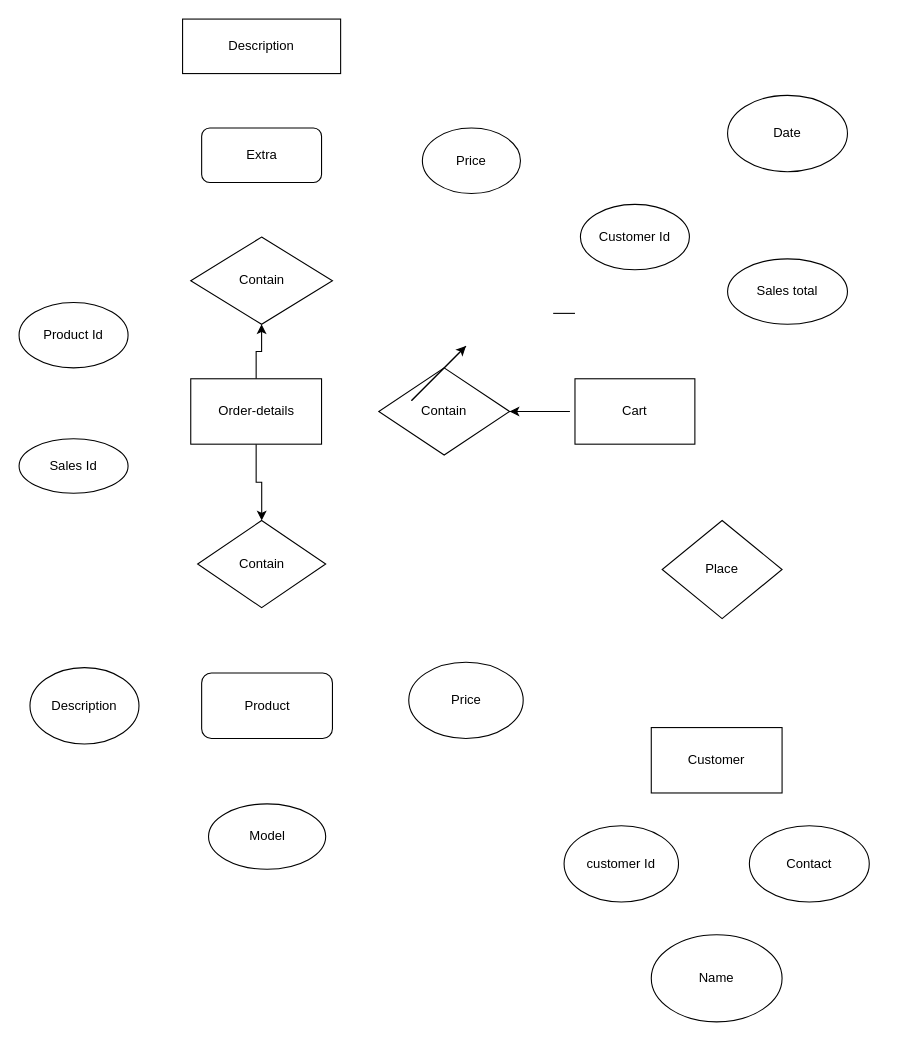
MWESA/MWESA keeps this draw.io diagram as Untitled Diagram.drawio. Above is the earlier version. Source tidied: cells renumbered, new cells numbered last; positions are measured from the earlier drawing's top-left corner, leaving out a move shared by most shapes. Both pictures are drawn from the tidied source at 109%, with x=0, y=0 at pixel (19, 19).
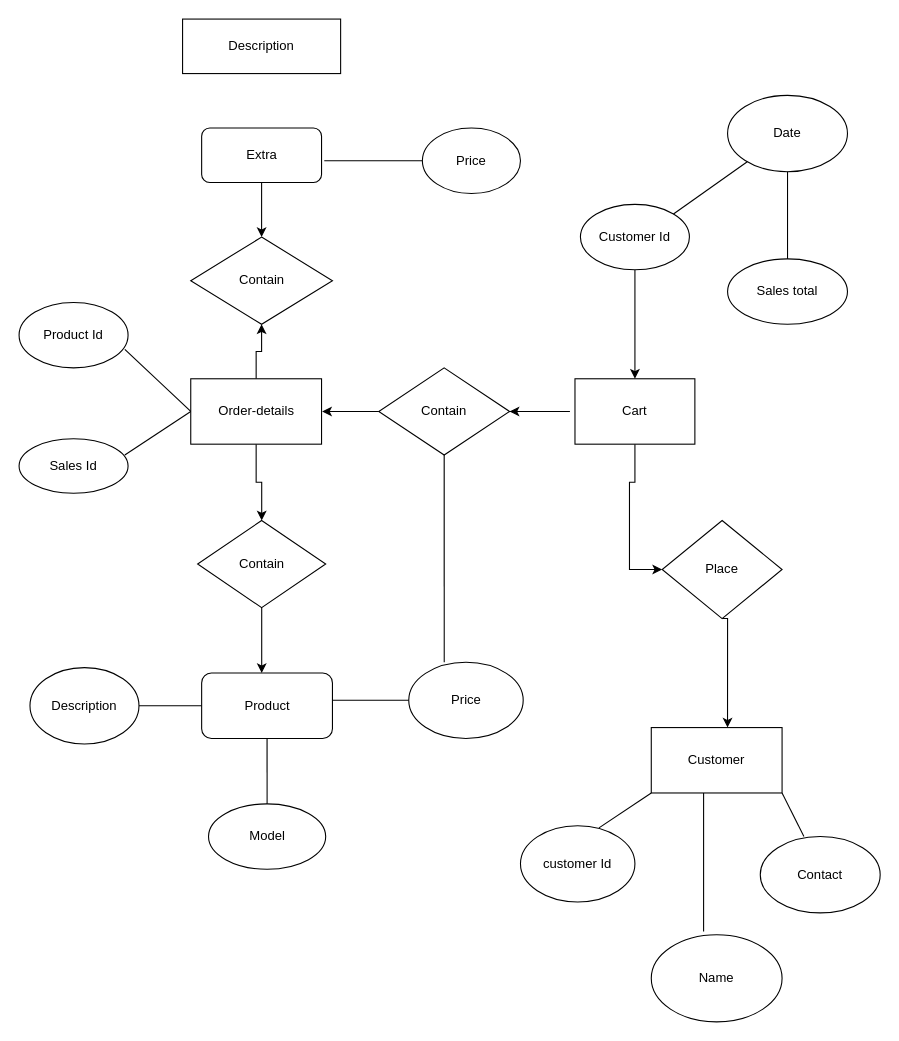
Above is the later version.

The change refers to these unchanged cells:
```xml
<mxCell id="3" value="Extra" style="rounded=1;whiteSpace=wrap;html=1;" parent="1" vertex="1">
  <mxGeometry x="167.5" y="100" width="110" height="50" as="geometry" />
</mxCell>
<mxCell id="4" value="Contain" style="rhombus;whiteSpace=wrap;html=1;" parent="1" vertex="1">
  <mxGeometry x="157.5" y="200" width="130" height="80" as="geometry" />
</mxCell>
<mxCell id="7" value="Order-details" style="rounded=0;whiteSpace=wrap;html=1;" parent="1" vertex="1">
  <mxGeometry x="157.5" y="330" width="120" height="60" as="geometry" />
</mxCell>
<mxCell id="8" value="&lt;div&gt;Product Id&lt;/div&gt;" style="ellipse;whiteSpace=wrap;html=1;" parent="1" vertex="1">
  <mxGeometry y="260" width="100" height="60" as="geometry" />
</mxCell>
<mxCell id="9" value="Price" style="ellipse;whiteSpace=wrap;html=1;" parent="1" vertex="1">
  <mxGeometry x="370" y="100" width="90" height="60" as="geometry" />
</mxCell>
<mxCell id="10" value="Sales Id" style="ellipse;whiteSpace=wrap;html=1;" parent="1" vertex="1">
  <mxGeometry y="385" width="100" height="50" as="geometry" />
</mxCell>
<mxCell id="11" value="Contain" style="rhombus;whiteSpace=wrap;html=1;" parent="1" vertex="1">
  <mxGeometry x="330" y="320" width="120" height="80" as="geometry" />
</mxCell>
<mxCell id="12" value="Contain" style="rhombus;whiteSpace=wrap;html=1;" parent="1" vertex="1">
  <mxGeometry x="163.8" y="460" width="117.5" height="80" as="geometry" />
</mxCell>
<mxCell id="13" value="Product" style="rounded=1;whiteSpace=wrap;html=1;" parent="1" vertex="1">
  <mxGeometry x="167.5" y="600" width="120" height="60" as="geometry" />
</mxCell>
<mxCell id="14" value="Price" style="ellipse;whiteSpace=wrap;html=1;" parent="1" vertex="1">
  <mxGeometry x="357.5" y="590" width="105" height="70" as="geometry" />
</mxCell>
<mxCell id="15" value="Description" style="ellipse;whiteSpace=wrap;html=1;" parent="1" vertex="1">
  <mxGeometry x="10" y="595" width="100" height="70" as="geometry" />
</mxCell>
<mxCell id="16" value="Model" style="ellipse;whiteSpace=wrap;html=1;" parent="1" vertex="1">
  <mxGeometry x="173.8" y="720" width="107.5" height="60" as="geometry" />
</mxCell>
<mxCell id="17" value="Cart" style="rounded=0;whiteSpace=wrap;html=1;" parent="1" vertex="1">
  <mxGeometry x="510" y="330" width="110" height="60" as="geometry" />
</mxCell>
<mxCell id="18" value="Customer Id" style="ellipse;whiteSpace=wrap;html=1;" parent="1" vertex="1">
  <mxGeometry x="515" y="170" width="100" height="60" as="geometry" />
</mxCell>
<mxCell id="19" value="Date" style="ellipse;whiteSpace=wrap;html=1;" parent="1" vertex="1">
  <mxGeometry x="650" y="70" width="110" height="70" as="geometry" />
</mxCell>
<mxCell id="20" value="Sales total" style="ellipse;whiteSpace=wrap;html=1;" parent="1" vertex="1">
  <mxGeometry x="650" y="220" width="110" height="60" as="geometry" />
</mxCell>
<mxCell id="21" value="Place" style="rhombus;whiteSpace=wrap;html=1;" parent="1" vertex="1">
  <mxGeometry x="590" y="460" width="110" height="90" as="geometry" />
</mxCell>
<mxCell id="22" value="Customer" style="rounded=0;whiteSpace=wrap;html=1;" parent="1" vertex="1">
  <mxGeometry x="580" y="650" width="120" height="60" as="geometry" />
</mxCell>
```

Diff of the diagram source:
```diff
@@
+    <mxCell id="30" style="edgeStyle=orthogonalEdgeStyle;rounded=0;jettySize=auto;html=1;exitX=0.5;exitY=1;exitDx=0;exitDy=0;entryX=0.5;entryY=0;entryDx=0;entryDy=0;" parent="1" edge="1" source="3" target="4">
+      <mxGeometry relative="1" as="geometry" />
+    </mxCell>
@@
+    <mxCell id="31" style="edgeStyle=orthogonalEdgeStyle;rounded=0;jettySize=auto;html=1;" parent="1" edge="1" source="12" target="13">
+      <mxGeometry relative="1" as="geometry">
+        <Array as="points">
+          <mxPoint x="223" y="590" />
+          <mxPoint x="223" y="590" />
+        </Array>
+      </mxGeometry>
+    </mxCell>
@@
+    <mxCell id="32" style="edgeStyle=orthogonalEdgeStyle;rounded=0;jettySize=auto;html=1;" parent="1" edge="1" source="17" target="21">
+      <mxGeometry relative="1" as="geometry">
+        <Array as="points">
+          <mxPoint x="565" y="425" />
+          <mxPoint x="560" y="425" />
+          <mxPoint x="560" y="505" />
+        </Array>
+      </mxGeometry>
+    </mxCell>
@@
+    <mxCell id="33" style="edgeStyle=orthogonalEdgeStyle;rounded=0;jettySize=auto;html=1;exitX=0.5;exitY=1;exitDx=0;exitDy=0;entryX=0.5;entryY=0;entryDx=0;entryDy=0;" parent="1" edge="1" source="18" target="17">
+      <mxGeometry relative="1" as="geometry" />
+    </mxCell>
@@
+    <mxCell id="34" style="edgeStyle=orthogonalEdgeStyle;rounded=0;jettySize=auto;html=1;exitX=0.5;exitY=1;exitDx=0;exitDy=0;entryX=0.583;entryY=0;entryDx=0;entryDy=0;entryPerimeter=0;" parent="1" edge="1" source="21" target="22">
+      <mxGeometry relative="1" as="geometry">
+        <Array as="points">
+          <mxPoint x="650" y="550" />
+        </Array>
+      </mxGeometry>
+    </mxCell>
@@
     <mxCell id="23" value="customer Id" style="ellipse;whiteSpace=wrap;html=1;" parent="1" vertex="1">
-      <mxGeometry x="500" y="740" width="105" height="70" as="geometry" />
+      <mxGeometry x="460" y="740" width="105" height="70" as="geometry" />
     </mxCell>
     <mxCell id="24" value="Contact" style="ellipse;whiteSpace=wrap;html=1;" parent="1" vertex="1">
-      <mxGeometry x="670" y="740" width="110" height="70" as="geometry" />
+      <mxGeometry x="680" y="750" width="110" height="70" as="geometry" />
     </mxCell>
@@
-    <mxCell id="27" style="endArrow=classic;html=1;" parent="1" edge="1">
-      <mxGeometry relative="1" as="geometry">
-        <mxPoint x="360" y="350" as="sourcePoint" />
-        <mxPoint x="410" y="300" as="targetPoint" />
-      </mxGeometry>
-    </mxCell>
-    <mxCell id="28" style="endArrow=none;html=1;" parent="1" edge="1">
-      <mxGeometry relative="1" as="geometry">
-        <mxPoint x="360" y="350" as="sourcePoint" />
-        <mxPoint x="410" y="300" as="targetPoint" />
-      </mxGeometry>
-    </mxCell>
-    <mxCell id="29" style="endArrow=none;html=1;" parent="1" edge="1">
-      <mxGeometry relative="1" as="geometry">
-        <mxPoint x="490" y="270" as="sourcePoint" />
-        <mxPoint x="510" y="270" as="targetPoint" />
-      </mxGeometry>
-    </mxCell>
+    <mxCell id="35" style="endArrow=none;html=1;entryX=0.31;entryY=0;entryDx=0;entryDy=0;exitX=0.5;exitY=1;exitDx=0;exitDy=0;entryPerimeter=0;" parent="1" edge="1" source="11" target="14">
+      <mxGeometry relative="1" as="geometry" />
+    </mxCell>
+    <mxCell id="36" style="endArrow=classic;html=1;exitX=0;exitY=0.5;exitDx=0;exitDy=0;" parent="1" edge="1" source="11">
+      <mxGeometry relative="1" as="geometry">
+        <mxPoint x="278" y="360" as="targetPoint" />
+      </mxGeometry>
+    </mxCell>
+    <mxCell id="37" style="endArrow=none;html=1;exitX=0.364;exitY=0;exitDx=0;exitDy=0;exitPerimeter=0;entryX=1;entryY=1;entryDx=0;entryDy=0;" parent="1" edge="1" source="24" target="22">
+      <mxGeometry relative="1" as="geometry" />
+    </mxCell>
+    <mxCell id="38" style="endArrow=none;html=1;entryX=0;entryY=1;entryDx=0;entryDy=0;exitX=0.686;exitY=0.029;exitDx=0;exitDy=0;exitPerimeter=0;" parent="1" edge="1" source="23" target="22">
+      <mxGeometry relative="1" as="geometry" />
+    </mxCell>
+    <mxCell id="39" style="endArrow=none;html=1;" parent="1" edge="1">
+      <mxGeometry relative="1" as="geometry">
+        <mxPoint x="628" y="837" as="sourcePoint" />
+        <mxPoint x="628" y="710" as="targetPoint" />
+      </mxGeometry>
+    </mxCell>
+    <mxCell id="40" style="endArrow=none;html=1;exitX=0.5;exitY=0;exitDx=0;exitDy=0;entryX=0.5;entryY=1;entryDx=0;entryDy=0;" parent="1" edge="1" source="16" target="13">
+      <mxGeometry relative="1" as="geometry" />
+    </mxCell>
+    <mxCell id="41" style="endArrow=none;html=1;exitX=1;exitY=0.5;exitDx=0;exitDy=0;entryX=0;entryY=0.5;entryDx=0;entryDy=0;" parent="1" edge="1" source="15" target="13">
+      <mxGeometry relative="1" as="geometry" />
+    </mxCell>
+    <mxCell id="42" style="endArrow=none;html=1;entryX=0;entryY=0.5;entryDx=0;entryDy=0;" parent="1" edge="1" target="14">
+      <mxGeometry relative="1" as="geometry">
+        <mxPoint x="288" y="625" as="sourcePoint" />
+      </mxGeometry>
+    </mxCell>
+    <mxCell id="43" style="endArrow=none;html=1;exitX=0.97;exitY=0.3;exitDx=0;exitDy=0;exitPerimeter=0;entryX=0;entryY=0.5;entryDx=0;entryDy=0;" parent="1" edge="1" source="10" target="7">
+      <mxGeometry relative="1" as="geometry" />
+    </mxCell>
+    <mxCell id="44" style="endArrow=none;html=1;exitX=0.97;exitY=0.717;exitDx=0;exitDy=0;exitPerimeter=0;entryX=0;entryY=0.5;entryDx=0;entryDy=0;" parent="1" edge="1" source="8" target="7">
+      <mxGeometry relative="1" as="geometry" />
+    </mxCell>
+    <mxCell id="45" style="endArrow=none;html=1;entryX=0;entryY=0.5;entryDx=0;entryDy=0;" parent="1" edge="1" target="9">
+      <mxGeometry relative="1" as="geometry">
+        <mxPoint x="280" y="130" as="sourcePoint" />
+      </mxGeometry>
+    </mxCell>
+    <mxCell id="46" style="endArrow=none;html=1;exitX=1;exitY=0;exitDx=0;exitDy=0;" parent="1" edge="1" source="18" target="19">
+      <mxGeometry relative="1" as="geometry" />
+    </mxCell>
+    <mxCell id="47" style="endArrow=none;html=1;exitX=0.5;exitY=0;exitDx=0;exitDy=0;entryX=0.5;entryY=1;entryDx=0;entryDy=0;" parent="1" edge="1" source="20" target="19">
+      <mxGeometry relative="1" as="geometry" />
+    </mxCell>
```
